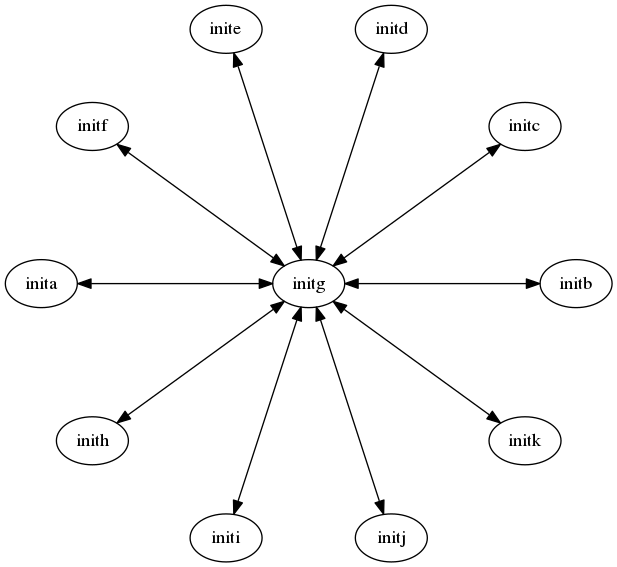
Earlier version of the Graphviz export star.png (EOSIO/eos). Its source is kept beside it as star.dot.
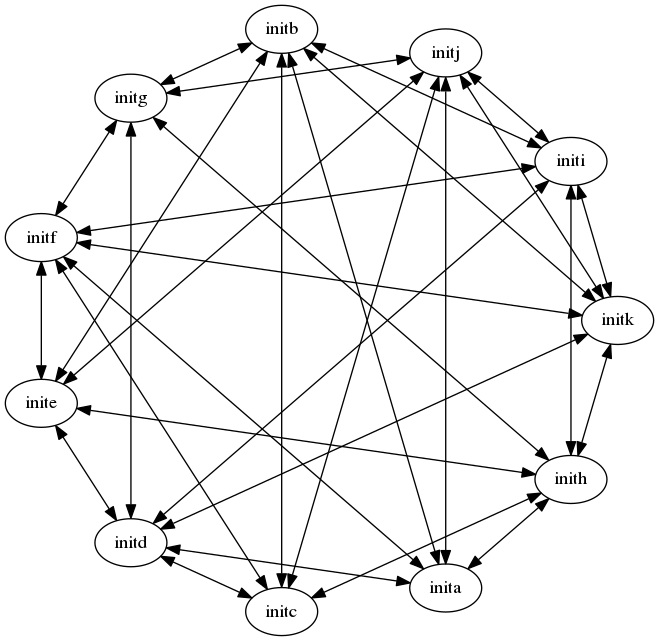
After the change.

Commit message:
Revise star diagram per Phil's explanation.

What changed in the source:
```diff
@@ -1,13 +1,43 @@
 digraph G
 {
-  initg->initb [dir="both"]
-  initg->initc [dir="both"]
-  initg->initd [dir="both"]
-  initg->inite [dir="both"]
-  initg->initf [dir="both"]
-  initg->inita [dir="both"]
+  inita->initb [dir="both"]
+  inita->initd [dir="both"]
+  inita->initf [dir="both"]
+  inita->inith [dir="both"]
+  inita->initj [dir="both"]
+
+  initb->initc [dir="both"]
+  initb->inite [dir="both"]
+  initb->initg [dir="both"]
+  initb->initi [dir="both"]
+  initb->initk [dir="both"]
+
+  initc->initd [dir="both"]
+  initc->initf [dir="both"]
+  initc->inith [dir="both"]
+  initc->initj [dir="both"]
+
+  initd->inite [dir="both"]
+  initd->initg [dir="both"]
+  initd->initi [dir="both"]
+  initd->initk [dir="both"]
+
+  inite->initf [dir="both"]
+  inite->inith [dir="both"]
+  inite->initj [dir="both"]
+
+  initf->initg [dir="both"]
+  initf->initi [dir="both"]
+  initf->initk [dir="both"]
+
   initg->inith [dir="both"]
-  initg->initi [dir="both"]
   initg->initj [dir="both"]
-  initg->initk [dir="both"]
+
+  inith->initi [dir="both"]
+  inith->initk [dir="both"]
+
+  initi->initj [dir="both"]
+  initi->initk [dir="both"]
+
+  initj->initk [dir="both"]
 }
```
